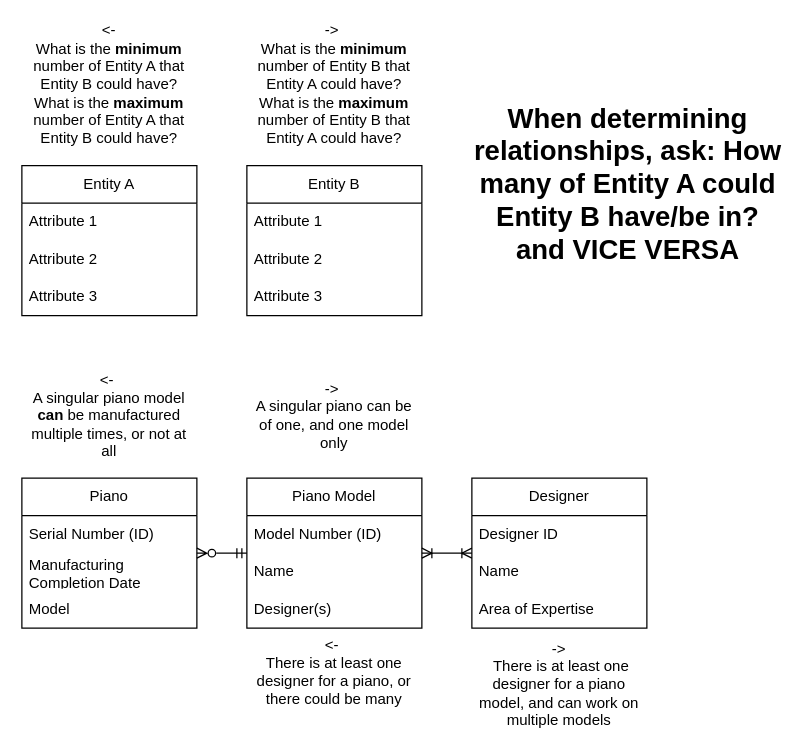
robeeds/is380-drawio keeps this draw.io diagram as page "Problem 2" (2 of 2) of Jan29.drawio. Above is the earlier version. Source tidied: cells renumbered, new cells numbered last; positions are measured from the earlier drawing's top-left corner, leaving out a move shared by most shapes. Both pictures are drawn from the tidied source at 125%, with x=0, y=0 at pixel (21, 65).
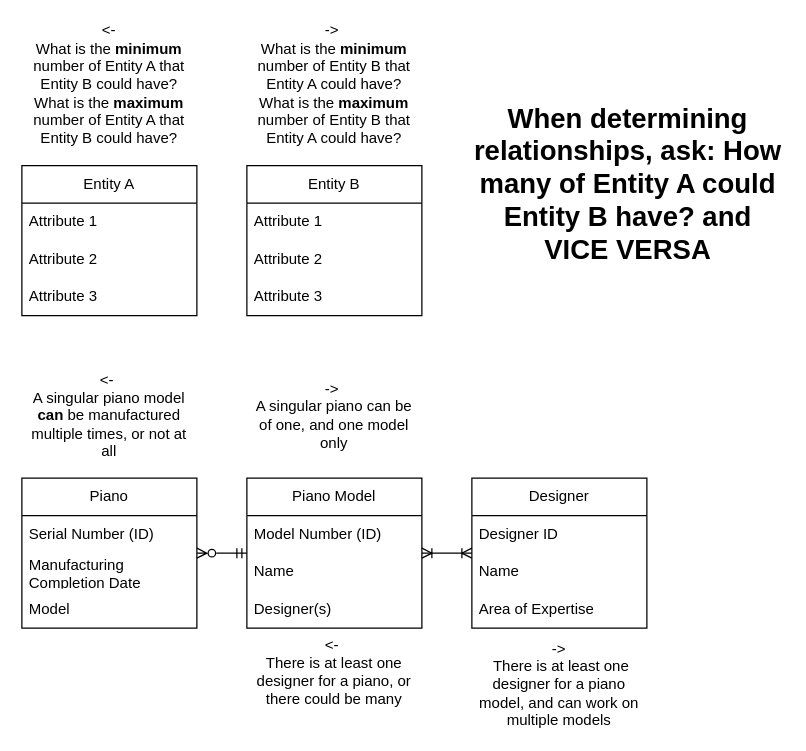
Above is the later version.

Diff of the diagram source:
```diff
@@
-    <mxCell id="29" value="&lt;b&gt;&lt;font style=&quot;font-size: 22px;&quot;&gt;When determining relationships, ask: How many of Entity A could Entity B have/be in? and VICE VERSA&lt;/font&gt;&lt;/b&gt;" style="text;html=1;align=center;verticalAlign=middle;whiteSpace=wrap;rounded=0;" parent="1" vertex="1">
+    <mxCell id="29" value="&lt;b&gt;&lt;font style=&quot;font-size: 22px;&quot;&gt;When determining relationships, ask: How many of Entity A could Entity B have? and VICE VERSA&lt;/font&gt;&lt;/b&gt;" style="text;html=1;align=center;verticalAlign=middle;whiteSpace=wrap;rounded=0;" parent="1" vertex="1">
       <mxGeometry x="360" y="80" width="250" height="30" as="geometry" />
     </mxCell>
```
